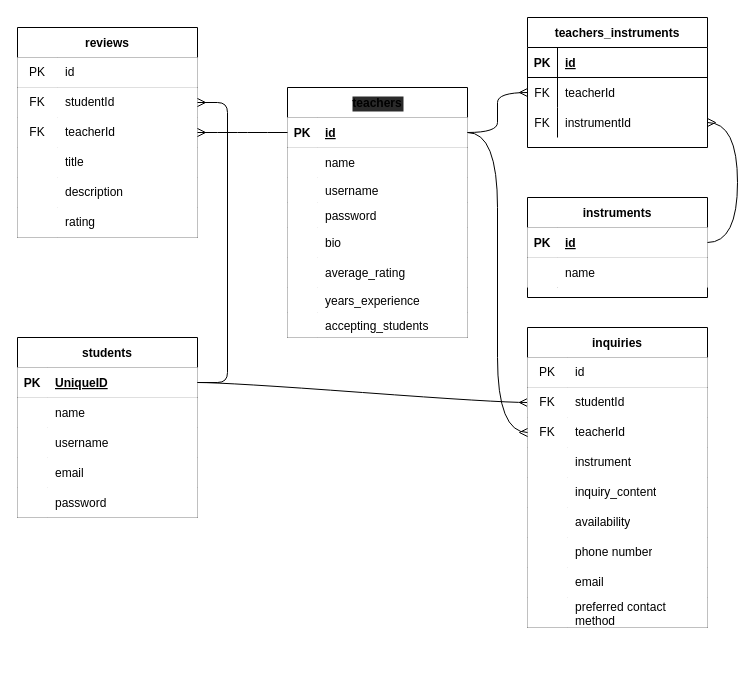
Before: public/erd.drawio in WaltersMatthew/musicly, a draw.io diagram. Source tidied: cells renumbered, new cells numbered last; positions are measured from the earlier drawing's top-left corner, leaving out a move shared by most shapes. Both pictures are drawn from the tidied source at 100%, with x=0, y=0 at pixel (17, 17).
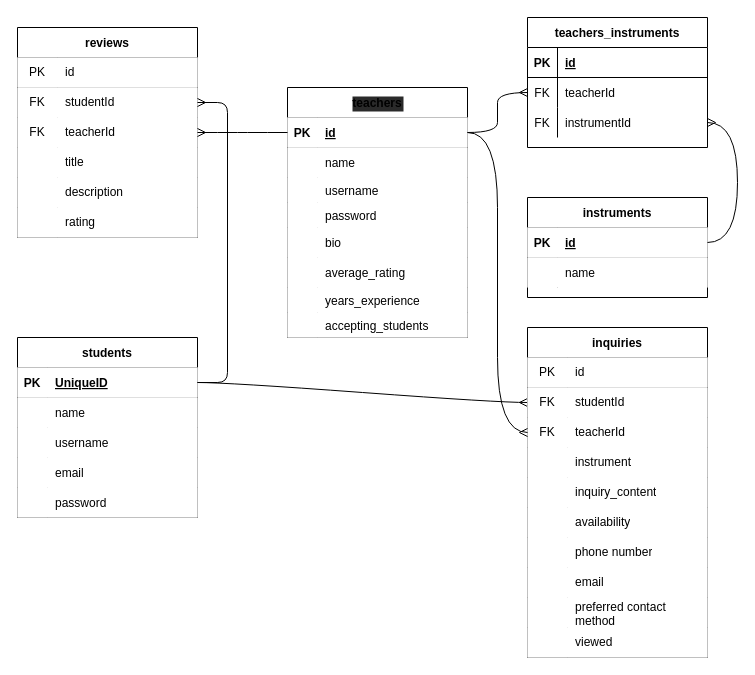
The same page after the edit.

The edit, as a diff of the source:
```diff
@@
     <mxCell id="84" value="inquiries" style="shape=table;startSize=30;childLayout=tableLayout;rowLines=0;fontStyle=1;align=center;fillColor=default;" parent="1" vertex="1">
-      <mxGeometry x="510" y="310" width="180" height="300" as="geometry" />
+      <mxGeometry x="510" y="310" width="180" height="330" as="geometry" />
     </mxCell>
@@
+    <mxCell id="113" style="shape=partialRectangle;html=1;whiteSpace=wrap;fillColor=default;top=0;left=0;bottom=0;right=0;" parent="84" vertex="1">
+      <mxGeometry y="300" width="180" height="30" as="geometry" />
+    </mxCell>
+    <mxCell id="114" style="shape=partialRectangle;html=1;whiteSpace=wrap;fillColor=default;top=0;left=0;bottom=0;right=0;overflow=hidden;" parent="113" vertex="1">
+      <mxGeometry width="40" height="30" as="geometry" />
+    </mxCell>
+    <mxCell id="115" value="viewed" style="shape=partialRectangle;html=1;whiteSpace=wrap;fillColor=default;top=0;left=0;bottom=0;right=0;align=left;spacingLeft=6;overflow=hidden;" parent="113" vertex="1">
+      <mxGeometry x="40" width="140" height="30" as="geometry" />
+    </mxCell>
```
